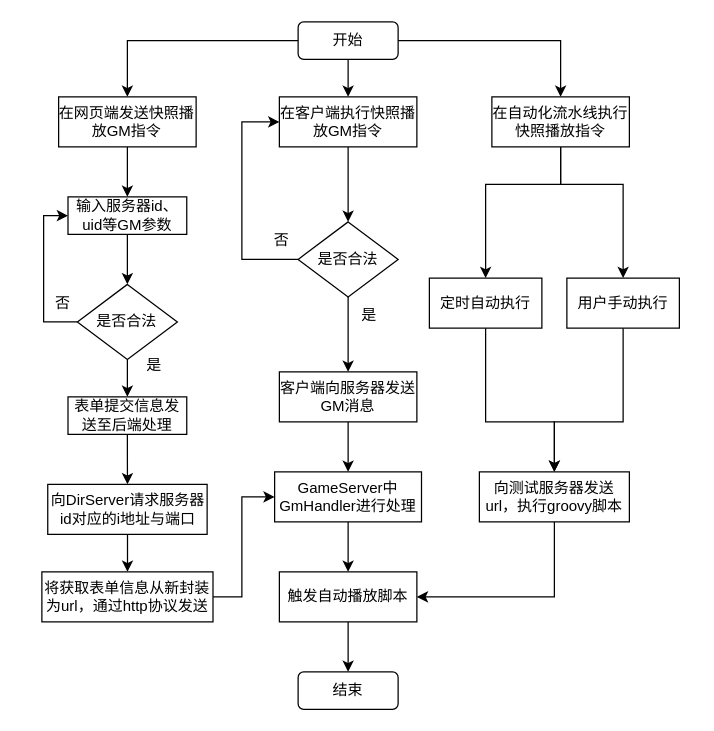
Carol9s/Drawing keeps this draw.io diagram as 使用流程图.drawio. Above is the earlier version. Source tidied: cells renumbered, new cells numbered last; positions are measured from the earlier drawing's top-left corner, leaving out a move shared by most shapes. Both pictures are drawn from the tidied source at 125%, with x=0, y=0 at pixel (41, 21).
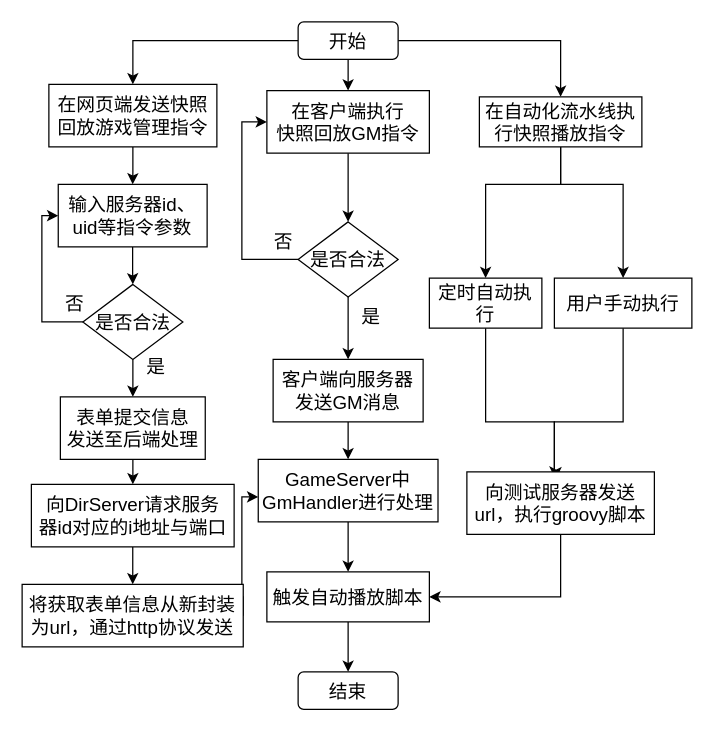
The same diagram, later.

Commit message:
更新使用流程图.drawio

The edit, as a diff of the source:
```diff
@@
-    <mxCell id="2" style="edgeStyle=orthogonalEdgeStyle;rounded=0;jettySize=auto;html=1;entryX=0.5;entryY=0;entryDx=0;entryDy=0;" parent="1" edge="1" source="5" target="9">
+    <mxCell id="2" style="edgeStyle=orthogonalEdgeStyle;rounded=0;jettySize=auto;html=1;entryX=0.5;entryY=0;entryDx=0;entryDy=0;fontSize=15;" parent="1" edge="1" source="5" target="9">
       <mxGeometry relative="1" as="geometry" />
     </mxCell>
-    <mxCell id="3" style="edgeStyle=orthogonalEdgeStyle;rounded=0;jettySize=auto;html=1;" parent="1" edge="1" source="5" target="7">
+    <mxCell id="3" style="edgeStyle=orthogonalEdgeStyle;rounded=0;jettySize=auto;html=1;fontSize=15;" parent="1" edge="1" source="5" target="7">
       <mxGeometry relative="1" as="geometry" />
     </mxCell>
-    <mxCell id="4" style="edgeStyle=orthogonalEdgeStyle;rounded=0;jettySize=auto;html=1;" parent="1" edge="1" source="5" target="12">
+    <mxCell id="4" style="edgeStyle=orthogonalEdgeStyle;rounded=0;jettySize=auto;html=1;fontSize=15;" parent="1" edge="1" source="5" target="12">
       <mxGeometry relative="1" as="geometry" />
     </mxCell>
-    <mxCell id="5" value="开始" style="rounded=1;whiteSpace=wrap;html=1;fontSize=12;glass=0;strokeWidth=1;shadow=0;" parent="1" vertex="1">
+    <mxCell id="5" value="开始" style="rounded=1;whiteSpace=wrap;html=1;fontSize=15;glass=0;strokeWidth=1;shadow=0;" parent="1" vertex="1">
       <mxGeometry x="205" width="80" height="30" as="geometry" />
     </mxCell>
-    <mxCell id="6" style="edgeStyle=orthogonalEdgeStyle;rounded=0;jettySize=auto;html=1;entryX=0.5;entryY=0;entryDx=0;entryDy=0;" parent="1" edge="1" source="7" target="14">
+    <mxCell id="6" style="edgeStyle=orthogonalEdgeStyle;rounded=0;jettySize=auto;html=1;entryX=0.5;entryY=0;entryDx=0;entryDy=0;fontSize=15;" parent="1" edge="1" source="7" target="14">
       <mxGeometry relative="1" as="geometry" />
     </mxCell>
-    <mxCell id="7" value="在网页端发送快照播放GM指令" style="rounded=0;whiteSpace=wrap;html=1;" parent="1" vertex="1">
-      <mxGeometry x="13.4" y="60" width="110" height="40" as="geometry" />
+    <mxCell id="7" value="在网页端发送快照&lt;br&gt;回放游戏管理指令" style="rounded=0;whiteSpace=wrap;html=1;fontSize=15;" parent="1" vertex="1">
+      <mxGeometry x="5.6" y="50" width="134.4" height="50" as="geometry" />
     </mxCell>
-    <mxCell id="8" style="edgeStyle=orthogonalEdgeStyle;rounded=0;jettySize=auto;html=1;" parent="1" edge="1" source="9" target="30">
+    <mxCell id="8" style="edgeStyle=orthogonalEdgeStyle;rounded=0;jettySize=auto;html=1;fontSize=15;" parent="1" edge="1" source="9" target="30">
       <mxGeometry relative="1" as="geometry" />
     </mxCell>
-    <mxCell id="9" value="在客户端执行快照播放GM指令" style="rounded=0;whiteSpace=wrap;html=1;" parent="1" vertex="1">
-      <mxGeometry x="190" y="60" width="110" height="40" as="geometry" />
+    <mxCell id="9" value="在客户端执行&lt;br&gt;快照回放GM指令" style="rounded=0;whiteSpace=wrap;html=1;fontSize=15;" parent="1" vertex="1">
+      <mxGeometry x="180" y="55" width="130" height="50" as="geometry" />
     </mxCell>
-    <mxCell id="10" style="edgeStyle=orthogonalEdgeStyle;rounded=0;jettySize=auto;html=1;exitX=0.5;exitY=1;exitDx=0;exitDy=0;" parent="1" edge="1" source="12" target="32">
+    <mxCell id="10" style="edgeStyle=orthogonalEdgeStyle;rounded=0;jettySize=auto;html=1;exitX=0.5;exitY=1;exitDx=0;exitDy=0;fontSize=15;" parent="1" edge="1" source="12" target="32">
       <mxGeometry relative="1" as="geometry">
         <Array as="points">
           <mxPoint x="415" y="130" />
           <mxPoint x="355" y="130" />
         </Array>
       </mxGeometry>
     </mxCell>
-    <mxCell id="11" style="edgeStyle=orthogonalEdgeStyle;rounded=0;jettySize=auto;html=1;entryX=0.5;entryY=0;entryDx=0;entryDy=0;exitX=0.5;exitY=1;exitDx=0;exitDy=0;" parent="1" edge="1" source="12" target="34">
+    <mxCell id="11" style="edgeStyle=orthogonalEdgeStyle;rounded=0;jettySize=auto;html=1;entryX=0.5;entryY=0;entryDx=0;entryDy=0;exitX=0.5;exitY=1;exitDx=0;exitDy=0;fontSize=15;" parent="1" edge="1" source="12" target="34">
       <mxGeometry relative="1" as="geometry">
         <Array as="points">
           <mxPoint x="415" y="130" />
           <mxPoint x="465" y="130" />
         </Array>
       </mxGeometry>
     </mxCell>
-    <mxCell id="12" value="在自动化流水线执行快照播放指令" style="rounded=0;whiteSpace=wrap;html=1;" parent="1" vertex="1">
-      <mxGeometry x="360" y="60" width="110" height="40" as="geometry" />
+    <mxCell id="12" value="在自动化流水线执行快照播放指令" style="rounded=0;whiteSpace=wrap;html=1;fontSize=15;" parent="1" vertex="1">
+      <mxGeometry x="350" y="60" width="130" height="40" as="geometry" />
     </mxCell>
-    <mxCell id="13" style="edgeStyle=orthogonalEdgeStyle;rounded=0;jettySize=auto;html=1;" parent="1" edge="1" source="14" target="17">
+    <mxCell id="13" style="edgeStyle=orthogonalEdgeStyle;rounded=0;jettySize=auto;html=1;fontSize=15;" parent="1" edge="1" source="14" target="17">
       <mxGeometry relative="1" as="geometry" />
     </mxCell>
-    <mxCell id="14" value="输入服务器id、uid等GM参数" style="rounded=0;whiteSpace=wrap;html=1;" parent="1" vertex="1">
-      <mxGeometry x="20.9" y="140" width="95" height="30" as="geometry" />
+    <mxCell id="14" value="输入服务器id、&lt;br&gt;uid等指令参数" style="rounded=0;whiteSpace=wrap;html=1;fontSize=15;" parent="1" vertex="1">
+      <mxGeometry x="13.1" y="130" width="119.1" height="50" as="geometry" />
     </mxCell>
-    <mxCell id="15" style="edgeStyle=orthogonalEdgeStyle;rounded=0;jettySize=auto;html=1;" parent="1" edge="1" source="17" target="19">
+    <mxCell id="15" style="edgeStyle=orthogonalEdgeStyle;rounded=0;jettySize=auto;html=1;fontSize=15;" parent="1" edge="1" source="17" target="19">
       <mxGeometry relative="1" as="geometry" />
     </mxCell>
-    <mxCell id="16" style="edgeStyle=orthogonalEdgeStyle;rounded=0;jettySize=auto;html=1;entryX=0;entryY=0.5;entryDx=0;entryDy=0;" parent="1" edge="1" source="17" target="14">
+    <mxCell id="16" style="edgeStyle=orthogonalEdgeStyle;rounded=0;jettySize=auto;html=1;entryX=0;entryY=0.5;entryDx=0;entryDy=0;fontSize=15;" parent="1" edge="1" source="17" target="14">
       <mxGeometry relative="1" as="geometry">
         <Array as="points">
-          <mxPoint x="1.4" y="240" />
-          <mxPoint x="1.4" y="155" />
+          <mxPoint y="240" />
+          <mxPoint y="155" />
         </Array>
       </mxGeometry>
     </mxCell>
-    <mxCell id="17" value="是否合法" style="rhombus;whiteSpace=wrap;html=1;" parent="1" vertex="1">
-      <mxGeometry x="28.4" y="210" width="80" height="60" as="geometry" />
+    <mxCell id="17" value="是否合法" style="rhombus;whiteSpace=wrap;html=1;fontSize=15;" parent="1" vertex="1">
+      <mxGeometry x="32.8" y="210" width="80" height="60" as="geometry" />
     </mxCell>
-    <mxCell id="18" style="edgeStyle=orthogonalEdgeStyle;rounded=0;jettySize=auto;html=1;" parent="1" edge="1" source="19" target="21">
+    <mxCell id="18" style="edgeStyle=orthogonalEdgeStyle;rounded=0;jettySize=auto;html=1;fontSize=15;" parent="1" edge="1" source="19" target="21">
       <mxGeometry relative="1" as="geometry" />
     </mxCell>
-    <mxCell id="19" value="表单提交信息发送至后端处理" style="rounded=0;whiteSpace=wrap;html=1;" parent="1" vertex="1">
-      <mxGeometry x="20.9" y="300" width="95" height="30" as="geometry" />
+    <mxCell id="19" value="表单提交信息&lt;br&gt;发送至后端处理" style="rounded=0;whiteSpace=wrap;html=1;fontSize=15;" parent="1" vertex="1">
+      <mxGeometry x="14.8" y="300" width="115.9" height="50" as="geometry" />
     </mxCell>
-    <mxCell id="20" style="edgeStyle=orthogonalEdgeStyle;rounded=0;jettySize=auto;html=1;" parent="1" edge="1" source="21" target="23">
+    <mxCell id="20" style="edgeStyle=orthogonalEdgeStyle;rounded=0;jettySize=auto;html=1;fontSize=15;" parent="1" edge="1" source="21" target="23">
       <mxGeometry relative="1" as="geometry" />
     </mxCell>
-    <mxCell id="21" value="向DirServer请求服务器id对应的i地址与端口" style="rounded=0;whiteSpace=wrap;html=1;" parent="1" vertex="1">
-      <mxGeometry x="4.7" y="370" width="127.5" height="40" as="geometry" />
+    <mxCell id="21" value="向DirServer请求服务&lt;br&gt;器id对应的i地址与端口" style="rounded=0;whiteSpace=wrap;html=1;fontSize=15;" parent="1" vertex="1">
+      <mxGeometry x="-8.4" y="370" width="162.2" height="50" as="geometry" />
     </mxCell>
-    <mxCell id="22" style="edgeStyle=orthogonalEdgeStyle;rounded=0;jettySize=auto;html=1;" parent="1" edge="1" source="23" target="25">
+    <mxCell id="22" style="edgeStyle=orthogonalEdgeStyle;rounded=0;jettySize=auto;html=1;fontSize=15;exitX=1;exitY=0.5;exitDx=0;exitDy=0;" parent="1" edge="1" source="23" target="25">
       <mxGeometry relative="1" as="geometry">
         <Array as="points">
+          <mxPoint x="161" y="460" />
           <mxPoint x="160" y="460" />
           <mxPoint x="160" y="380" />
         </Array>
       </mxGeometry>
     </mxCell>
-    <mxCell id="23" value="将获取表单信息从新封装为url，通过http协议发送" style="rounded=0;whiteSpace=wrap;html=1;" parent="1" vertex="1">
-      <mxGeometry y="440" width="136.9" height="40" as="geometry" />
+    <mxCell id="23" value="将获取表单信息从新封装&lt;br&gt;为url，通过http协议发送" style="rounded=0;whiteSpace=wrap;html=1;fontSize=15;" parent="1" vertex="1">
+      <mxGeometry x="-15.8" y="450" width="176.9" height="50" as="geometry" />
     </mxCell>
-    <mxCell id="24" style="edgeStyle=orthogonalEdgeStyle;rounded=0;jettySize=auto;html=1;entryX=0.5;entryY=0;entryDx=0;entryDy=0;" parent="1" edge="1" source="25" target="36">
+    <mxCell id="24" style="edgeStyle=orthogonalEdgeStyle;rounded=0;jettySize=auto;html=1;entryX=0.5;entryY=0;entryDx=0;entryDy=0;fontSize=15;" parent="1" edge="1" source="25" target="36">
       <mxGeometry relative="1" as="geometry" />
     </mxCell>
-    <mxCell id="25" value="GameServer中GmHandler进行处理" style="rounded=0;whiteSpace=wrap;html=1;" parent="1" vertex="1">
-      <mxGeometry x="186.2" y="360" width="117.5" height="40" as="geometry" />
+    <mxCell id="25" value="GameServer中GmHandler进行处理" style="rounded=0;whiteSpace=wrap;html=1;fontSize=15;" parent="1" vertex="1">
+      <mxGeometry x="173.1" y="350" width="143.8" height="50" as="geometry" />
     </mxCell>
-    <mxCell id="26" style="edgeStyle=orthogonalEdgeStyle;rounded=0;jettySize=auto;html=1;exitX=0.5;exitY=1;exitDx=0;exitDy=0;" parent="1" edge="1" source="27" target="25">
+    <mxCell id="26" style="edgeStyle=orthogonalEdgeStyle;rounded=0;jettySize=auto;html=1;exitX=0.5;exitY=1;exitDx=0;exitDy=0;fontSize=15;" parent="1" edge="1" source="27" target="25">
       <mxGeometry relative="1" as="geometry" />
     </mxCell>
-    <mxCell id="27" value="客户端向服务器发送GM消息" style="rounded=0;whiteSpace=wrap;html=1;" parent="1" vertex="1">
-      <mxGeometry x="190" y="280" width="110" height="40" as="geometry" />
+    <mxCell id="27" value="客户端向服务器&lt;br&gt;发送GM消息" style="rounded=0;whiteSpace=wrap;html=1;fontSize=15;" parent="1" vertex="1">
+      <mxGeometry x="185" y="270" width="120" height="50" as="geometry" />
     </mxCell>
-    <mxCell id="28" style="edgeStyle=orthogonalEdgeStyle;rounded=0;jettySize=auto;html=1;entryX=0;entryY=0.5;entryDx=0;entryDy=0;" parent="1" edge="1" source="30" target="9">
+    <mxCell id="28" style="edgeStyle=orthogonalEdgeStyle;rounded=0;jettySize=auto;html=1;entryX=0;entryY=0.5;entryDx=0;entryDy=0;fontSize=15;" parent="1" edge="1" source="30" target="9">
       <mxGeometry relative="1" as="geometry">
         <Array as="points">
           <mxPoint x="160" y="190" />
           <mxPoint x="160" y="80" />
         </Array>
       </mxGeometry>
     </mxCell>
-    <mxCell id="29" style="edgeStyle=orthogonalEdgeStyle;rounded=0;jettySize=auto;html=1;entryX=0.5;entryY=0;entryDx=0;entryDy=0;" parent="1" edge="1" source="30" target="27">
+    <mxCell id="29" style="edgeStyle=orthogonalEdgeStyle;rounded=0;jettySize=auto;html=1;entryX=0.5;entryY=0;entryDx=0;entryDy=0;fontSize=15;" parent="1" edge="1" source="30" target="27">
       <mxGeometry relative="1" as="geometry" />
     </mxCell>
-    <mxCell id="30" value="是否合法" style="rhombus;whiteSpace=wrap;html=1;" parent="1" vertex="1">
+    <mxCell id="30" value="是否合法" style="rhombus;whiteSpace=wrap;html=1;fontSize=15;" parent="1" vertex="1">
       <mxGeometry x="205" y="160" width="80" height="60" as="geometry" />
     </mxCell>
-    <mxCell id="31" style="edgeStyle=orthogonalEdgeStyle;rounded=0;jettySize=auto;html=1;entryX=0.5;entryY=0;entryDx=0;entryDy=0;exitX=0.5;exitY=1;exitDx=0;exitDy=0;" parent="1" edge="1" source="32" target="43">
+    <mxCell id="31" style="edgeStyle=orthogonalEdgeStyle;rounded=0;jettySize=auto;html=1;entryX=0.5;entryY=0;entryDx=0;entryDy=0;exitX=0.5;exitY=1;exitDx=0;exitDy=0;fontSize=15;" parent="1" edge="1" source="32" target="43">
       <mxGeometry relative="1" as="geometry">
         <Array as="points">
           <mxPoint x="355" y="320" />
           <mxPoint x="410" y="320" />
         </Array>
       </mxGeometry>
     </mxCell>
-    <mxCell id="32" value="定时自动执行" style="rounded=0;whiteSpace=wrap;html=1;" parent="1" vertex="1">
+    <mxCell id="32" value="定时自动执行" style="rounded=0;whiteSpace=wrap;html=1;fontSize=15;" parent="1" vertex="1">
       <mxGeometry x="310" y="205" width="90" height="40" as="geometry" />
     </mxCell>
-    <mxCell id="33" style="edgeStyle=orthogonalEdgeStyle;rounded=0;jettySize=auto;html=1;entryX=0.5;entryY=0;entryDx=0;entryDy=0;exitX=0.5;exitY=1;exitDx=0;exitDy=0;" parent="1" edge="1" source="34" target="43">
+    <mxCell id="33" style="edgeStyle=orthogonalEdgeStyle;rounded=0;jettySize=auto;html=1;entryX=0.445;entryY=0.012;entryDx=0;entryDy=0;exitX=0.5;exitY=1;exitDx=0;exitDy=0;fontSize=15;entryPerimeter=0;" parent="1" edge="1" source="34" target="43">
       <mxGeometry relative="1" as="geometry">
         <Array as="points">
           <mxPoint x="465" y="320" />
           <mxPoint x="410" y="320" />
+          <mxPoint x="410" y="361" />
         </Array>
       </mxGeometry>
     </mxCell>
-    <mxCell id="34" value="用户手动执行" style="rounded=0;whiteSpace=wrap;html=1;" parent="1" vertex="1">
-      <mxGeometry x="420" y="205" width="90" height="40" as="geometry" />
+    <mxCell id="34" value="用户手动执行" style="rounded=0;whiteSpace=wrap;html=1;fontSize=15;" parent="1" vertex="1">
+      <mxGeometry x="410" y="205" width="110" height="40" as="geometry" />
     </mxCell>
-    <mxCell id="35" style="edgeStyle=orthogonalEdgeStyle;rounded=0;jettySize=auto;html=1;entryX=0.5;entryY=0;entryDx=0;entryDy=0;" parent="1" edge="1" source="36" target="37">
+    <mxCell id="35" style="edgeStyle=orthogonalEdgeStyle;rounded=0;jettySize=auto;html=1;entryX=0.5;entryY=0;entryDx=0;entryDy=0;fontSize=15;" parent="1" edge="1" source="36" target="37">
       <mxGeometry relative="1" as="geometry" />
     </mxCell>
-    <mxCell id="36" value="触发自动播放脚本" style="rounded=0;whiteSpace=wrap;html=1;" parent="1" vertex="1">
-      <mxGeometry x="190" y="440" width="110" height="40" as="geometry" />
+    <mxCell id="36" value="触发自动播放脚本" style="rounded=0;whiteSpace=wrap;html=1;fontSize=15;" parent="1" vertex="1">
+      <mxGeometry x="180" y="440" width="130" height="40" as="geometry" />
     </mxCell>
-    <mxCell id="37" value="结束" style="rounded=1;whiteSpace=wrap;html=1;fontSize=12;glass=0;strokeWidth=1;shadow=0;" parent="1" vertex="1">
+    <mxCell id="37" value="结束" style="rounded=1;whiteSpace=wrap;html=1;fontSize=15;glass=0;strokeWidth=1;shadow=0;" parent="1" vertex="1">
       <mxGeometry x="205" y="520" width="80" height="30" as="geometry" />
     </mxCell>
-    <mxCell id="38" value="是" style="text;strokeColor=none;fillColor=none;align=left;verticalAlign=middle;spacingLeft=4;spacingRight=4;overflow=hidden;whiteSpace=wrap;html=1;" parent="1" vertex="1">
+    <mxCell id="38" value="是" style="text;strokeColor=none;fillColor=none;align=left;verticalAlign=middle;spacingLeft=4;spacingRight=4;overflow=hidden;whiteSpace=wrap;html=1;fontSize=15;" parent="1" vertex="1">
       <mxGeometry x="78.4" y="260" width="80" height="30" as="geometry" />
     </mxCell>
-    <mxCell id="39" value="是" style="text;strokeColor=none;fillColor=none;align=left;verticalAlign=middle;spacingLeft=4;spacingRight=4;overflow=hidden;whiteSpace=wrap;html=1;" parent="1" vertex="1">
+    <mxCell id="39" value="是" style="text;strokeColor=none;fillColor=none;align=left;verticalAlign=middle;spacingLeft=4;spacingRight=4;overflow=hidden;whiteSpace=wrap;html=1;fontSize=15;" parent="1" vertex="1">
       <mxGeometry x="250" y="220" width="80" height="30" as="geometry" />
     </mxCell>
-    <mxCell id="40" value="否" style="text;strokeColor=none;fillColor=none;align=left;verticalAlign=middle;spacingLeft=4;spacingRight=4;overflow=hidden;whiteSpace=wrap;html=1;" parent="1" vertex="1">
-      <mxGeometry x="4.7" y="210" width="80" height="30" as="geometry" />
+    <mxCell id="40" value="否" style="text;strokeColor=none;fillColor=none;align=left;verticalAlign=middle;spacingLeft=4;spacingRight=4;overflow=hidden;whiteSpace=wrap;html=1;fontSize=15;" parent="1" vertex="1">
+      <mxGeometry x="13.1" y="210" width="80" height="30" as="geometry" />
     </mxCell>
-    <mxCell id="41" value="否" style="text;strokeColor=none;fillColor=none;align=left;verticalAlign=middle;spacingLeft=4;spacingRight=4;overflow=hidden;whiteSpace=wrap;html=1;" parent="1" vertex="1">
+    <mxCell id="41" value="否" style="text;strokeColor=none;fillColor=none;align=left;verticalAlign=middle;spacingLeft=4;spacingRight=4;overflow=hidden;whiteSpace=wrap;html=1;fontSize=15;" parent="1" vertex="1">
       <mxGeometry x="180" y="160" width="80" height="30" as="geometry" />
     </mxCell>
-    <mxCell id="42" style="edgeStyle=orthogonalEdgeStyle;rounded=0;jettySize=auto;html=1;entryX=1;entryY=0.5;entryDx=0;entryDy=0;exitX=0.5;exitY=1;exitDx=0;exitDy=0;" parent="1" edge="1" source="43" target="36">
+    <mxCell id="42" style="edgeStyle=orthogonalEdgeStyle;rounded=0;jettySize=auto;html=1;entryX=1;entryY=0.5;entryDx=0;entryDy=0;exitX=0.5;exitY=1;exitDx=0;exitDy=0;fontSize=15;" parent="1" edge="1" source="43" target="36">
       <mxGeometry relative="1" as="geometry" />
     </mxCell>
-    <mxCell id="43" value="向测试服务器发送url，执行groovy脚本" style="rounded=0;whiteSpace=wrap;html=1;" parent="1" vertex="1">
-      <mxGeometry x="350" y="360" width="120" height="40" as="geometry" />
+    <mxCell id="43" value="向测试服务器发送url，执行groovy脚本" style="rounded=0;whiteSpace=wrap;html=1;fontSize=15;" parent="1" vertex="1">
+      <mxGeometry x="340" y="360" width="150" height="50" as="geometry" />
     </mxCell>
```
